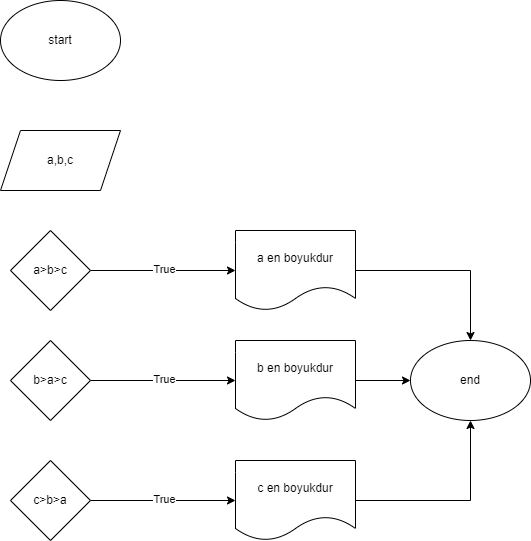
Above: Untitled Diagram.drawio.png in e-valiyev/Less-3-01-24-01 (draw.io), before the change. Source tidied: cells renumbered, new cells last; positions are measured from the earlier drawing's top-left corner, leaving out a move shared by most shapes.
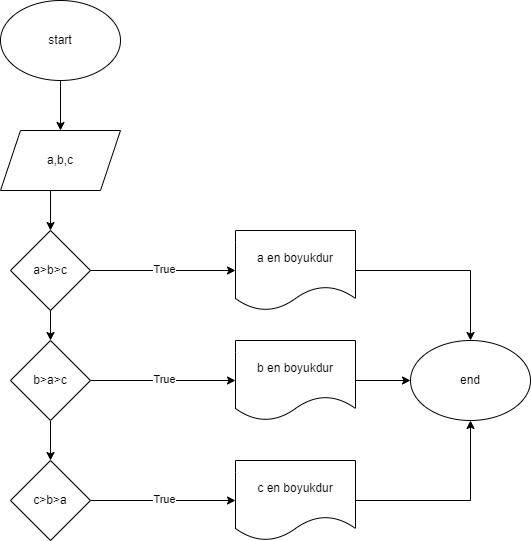
Above is the later version.

The edit, as a diff of the source:
```diff
@@ -2,6 +2,9 @@
   <root>
     <mxCell id="0" />
     <mxCell id="1" parent="0" />
+    <mxCell id="20" style="edgeStyle=orthogonalEdgeStyle;rounded=0;jettySize=auto;html=1;exitX=0.417;exitY=1;exitDx=0;exitDy=0;entryX=0.5;entryY=0;entryDx=0;entryDy=0;exitPerimeter=0;" parent="1" edge="1" source="2" target="7">
+      <mxGeometry relative="1" as="geometry" />
+    </mxCell>
     <mxCell id="2" value="a,b,c" style="shape=parallelogram;perimeter=parallelogramPerimeter;whiteSpace=wrap;html=1;fixedSize=1;" parent="1" vertex="1">
       <mxGeometry y="130" width="120" height="60" as="geometry" />
     </mxCell>
@@ -17,6 +20,9 @@
     <mxCell id="6" value="True" style="edgeLabel;html=1;align=center;verticalAlign=middle;" parent="5" vertex="1">
       <mxGeometry x="0.01" y="2" relative="1" as="geometry" />
     </mxCell>
+    <mxCell id="21" style="edgeStyle=orthogonalEdgeStyle;rounded=0;jettySize=auto;html=1;exitX=0.5;exitY=1;exitDx=0;exitDy=0;entryX=0.5;entryY=0;entryDx=0;entryDy=0;" parent="1" edge="1" source="7" target="12">
+      <mxGeometry relative="1" as="geometry" />
+    </mxCell>
     <mxCell id="7" value="a&amp;gt;b&amp;gt;c" style="rhombus;whiteSpace=wrap;html=1;" parent="1" vertex="1">
       <mxGeometry x="10" y="230" width="80" height="80" as="geometry" />
     </mxCell>
@@ -32,6 +38,9 @@
     <mxCell id="11" value="True" style="edgeLabel;html=1;align=center;verticalAlign=middle;" parent="10" vertex="1">
       <mxGeometry x="0.01" y="2" relative="1" as="geometry" />
     </mxCell>
+    <mxCell id="22" style="edgeStyle=orthogonalEdgeStyle;rounded=0;jettySize=auto;html=1;exitX=0.5;exitY=1;exitDx=0;exitDy=0;entryX=0.5;entryY=0;entryDx=0;entryDy=0;" parent="1" edge="1" source="12" target="17">
+      <mxGeometry relative="1" as="geometry" />
+    </mxCell>
     <mxCell id="12" value="b&amp;gt;a&amp;gt;c" style="rhombus;whiteSpace=wrap;html=1;" parent="1" vertex="1">
       <mxGeometry x="10" y="340" width="80" height="80" as="geometry" />
     </mxCell>
@@ -53,6 +62,9 @@
     <mxCell id="18" value="end" style="ellipse;whiteSpace=wrap;html=1;" parent="1" vertex="1">
       <mxGeometry x="410" y="340" width="120" height="80" as="geometry" />
     </mxCell>
+    <mxCell id="23" style="edgeStyle=orthogonalEdgeStyle;rounded=0;jettySize=auto;html=1;entryX=0.5;entryY=0;entryDx=0;entryDy=0;" parent="1" edge="1" source="19" target="2">
+      <mxGeometry relative="1" as="geometry" />
+    </mxCell>
     <mxCell id="19" value="start" style="ellipse;whiteSpace=wrap;html=1;" parent="1" vertex="1">
       <mxGeometry width="120" height="80" as="geometry" />
     </mxCell>
```
